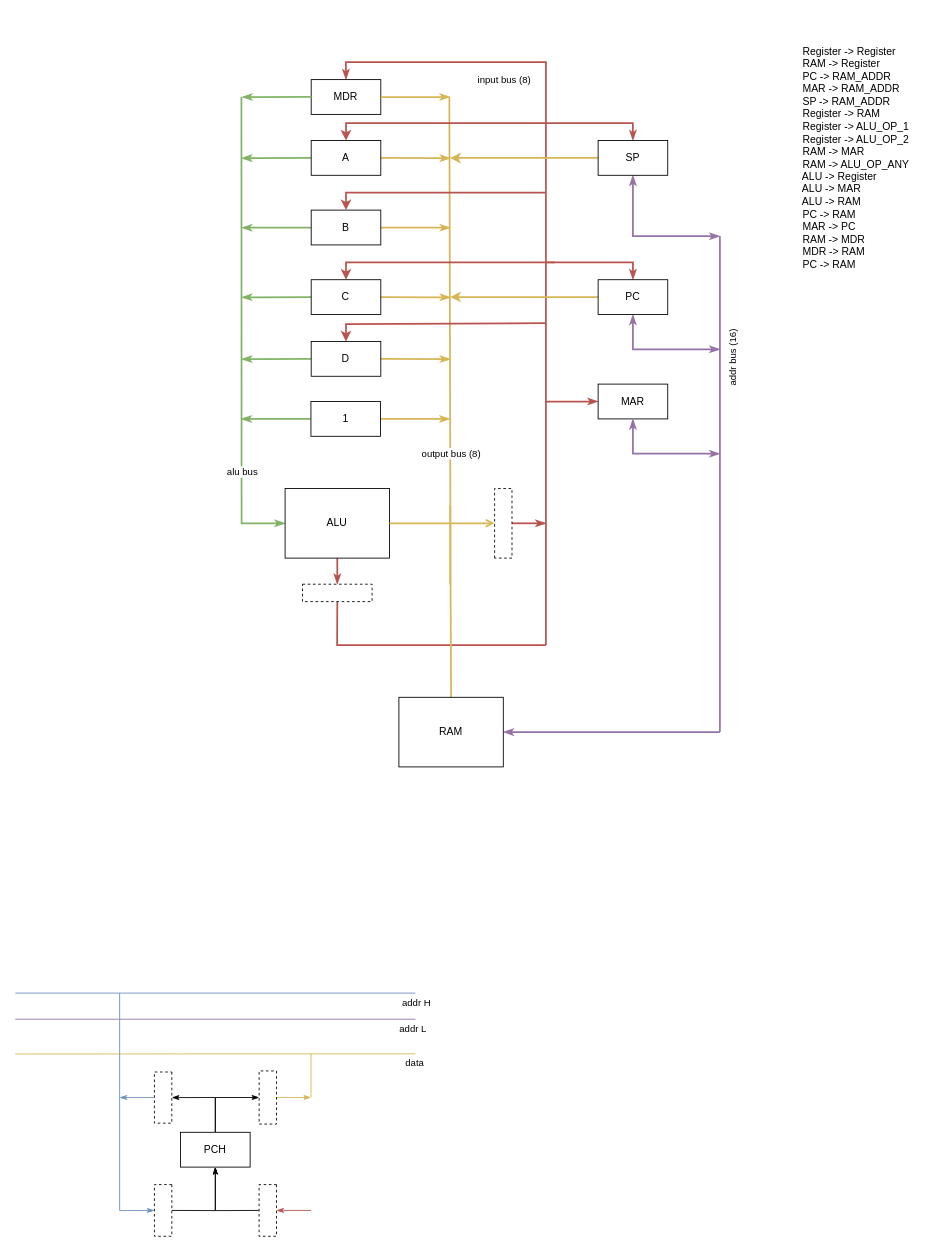
Before: design.drawio in ecoshub/asme8, a draw.io diagram. Source tidied: cells renumbered, new cells numbered last; positions are measured from the earlier drawing's top-left corner, leaving out a move shared by most shapes. Both pictures are drawn from the tidied source at 87%, with x=0, y=0 at pixel (15, 39).
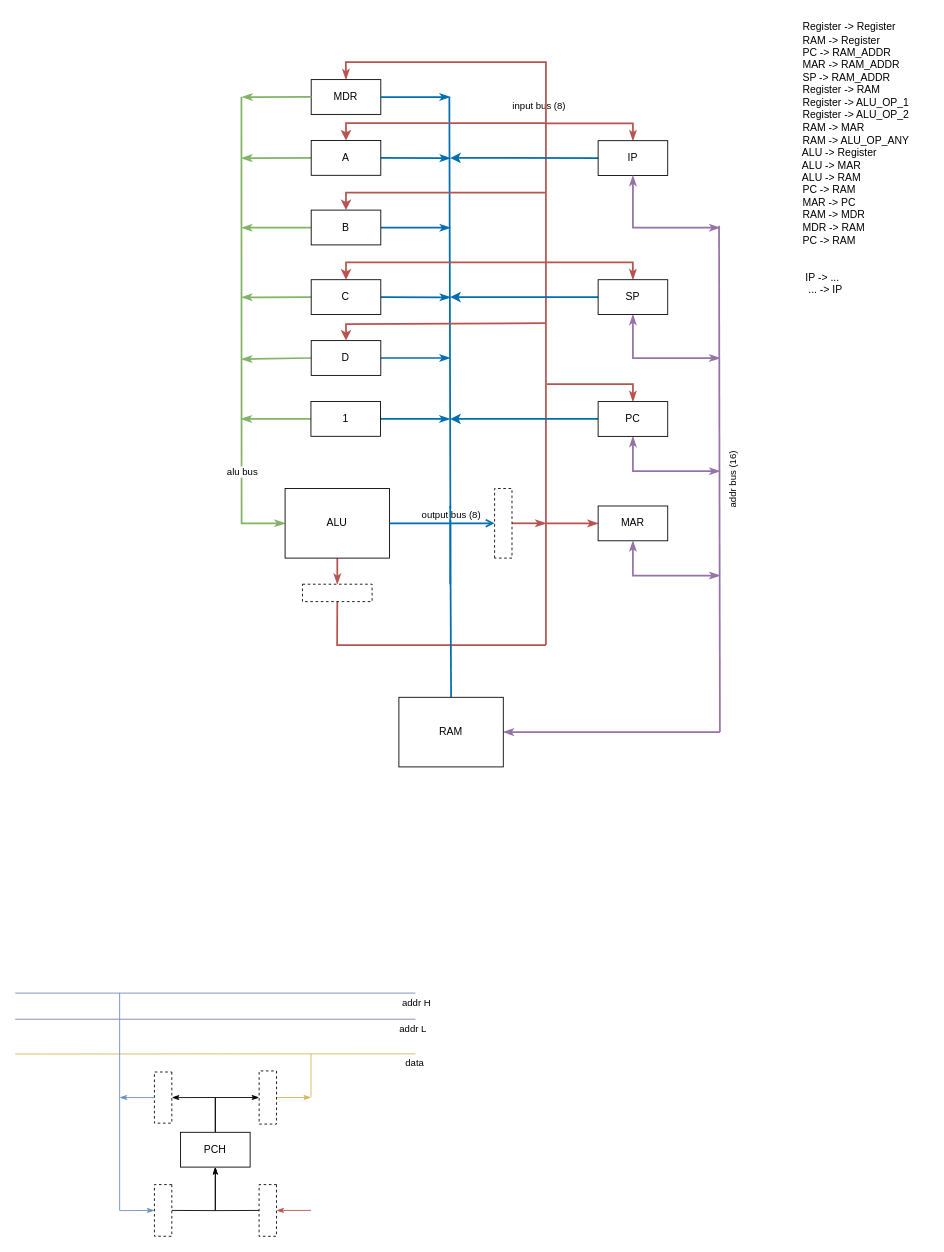
Above is the later version.

The change refers to these unchanged cells:
```xml
<mxCell id="7" value="ALU" style="rounded=0;whiteSpace=wrap;html=1;" parent="1" vertex="1">
  <mxGeometry x="310.2" y="516" width="120" height="80" as="geometry" />
</mxCell>
<mxCell id="11" value="C" style="rounded=0;whiteSpace=wrap;html=1;" parent="1" vertex="1">
  <mxGeometry x="340.2" y="276" width="80" height="40" as="geometry" />
</mxCell>
<mxCell id="15" value="B" style="rounded=0;whiteSpace=wrap;html=1;" parent="1" vertex="1">
  <mxGeometry x="340.2" y="196" width="80" height="40" as="geometry" />
</mxCell>
<mxCell id="19" value="A" style="rounded=0;whiteSpace=wrap;html=1;" parent="1" vertex="1">
  <mxGeometry x="340.2" y="116" width="80" height="40" as="geometry" />
</mxCell>
<mxCell id="24" value="RAM" style="rounded=0;whiteSpace=wrap;html=1;" parent="1" vertex="1">
  <mxGeometry x="441" y="756" width="120" height="80" as="geometry" />
</mxCell>
<mxCell id="27" value="1" style="rounded=0;whiteSpace=wrap;html=1;" parent="1" vertex="1">
  <mxGeometry x="339.9" y="416" width="80" height="40" as="geometry" />
</mxCell>
<mxCell id="28" style="endArrow=none;html=1;rounded=0;fillColor=#f8cecc;strokeColor=#b85450;strokeWidth=2;" parent="1" edge="1">
  <mxGeometry relative="1" as="geometry">
    <mxPoint x="610" y="696" as="sourcePoint" />
    <mxPoint x="610" y="96" as="targetPoint" />
  </mxGeometry>
</mxCell>
<mxCell id="67" value="MDR" style="rounded=0;whiteSpace=wrap;html=1;" parent="1" vertex="1">
  <mxGeometry x="340.2" y="46" width="80" height="40" as="geometry" />
</mxCell>
```

What changed in the source:
```diff
@@
-    <mxCell id="5" style="edgeStyle=none;html=1;startArrow=none;startFill=0;endArrow=none;endFill=0;fillColor=#fff2cc;strokeColor=#d6b656;rounded=0;strokeWidth=2;" parent="1" edge="1">
+    <mxCell id="5" style="edgeStyle=none;html=1;startArrow=none;startFill=0;endArrow=none;endFill=0;rounded=0;strokeWidth=2;fillColor=#1ba1e2;strokeColor=#006EAF;" parent="1" edge="1">
       <mxGeometry relative="1" as="geometry">
         <mxPoint x="500" y="626" as="sourcePoint" />
         <mxPoint x="499" y="66" as="targetPoint" />
         <Array as="points">
           <mxPoint x="500.2" y="556" />
         </Array>
       </mxGeometry>
     </mxCell>
     <mxCell id="6" value="output bus (8)" style="edgeLabel;html=1;align=center;verticalAlign=middle;" parent="5" vertex="1">
       <mxGeometry x="-0.6" relative="1" as="geometry">
-        <mxPoint y="-39" as="offset" />
+        <mxPoint y="31" as="offset" />
       </mxGeometry>
     </mxCell>
@@
-    <mxCell id="9" style="edgeStyle=none;html=1;exitX=1;exitY=0.5;exitDx=0;exitDy=0;startArrow=none;startFill=0;endArrow=classicThin;endFill=1;fillColor=#fff2cc;strokeColor=#d6b656;strokeWidth=2;" parent="1" edge="1" source="11">
+    <mxCell id="9" style="edgeStyle=none;html=1;exitX=1;exitY=0.5;exitDx=0;exitDy=0;startArrow=none;startFill=0;endArrow=classicThin;endFill=1;strokeWidth=2;fillColor=#1ba1e2;strokeColor=#006EAF;" parent="1" edge="1" source="11">
       <mxGeometry relative="1" as="geometry">
         <mxPoint x="500.2" y="296.3" as="targetPoint" />
       </mxGeometry>
     </mxCell>
     <mxCell id="10" style="edgeStyle=none;rounded=0;html=1;exitX=0.5;exitY=0;exitDx=0;exitDy=0;startArrow=classic;startFill=1;endArrow=none;endFill=0;fillColor=#f8cecc;strokeColor=#b85450;strokeWidth=2;" parent="1" edge="1" source="11">
       <mxGeometry relative="1" as="geometry">
-        <mxPoint x="620.2" y="256" as="targetPoint" />
+        <mxPoint x="610" y="256" as="targetPoint" />
         <Array as="points">
           <mxPoint x="380.2" y="256" />
         </Array>
       </mxGeometry>
     </mxCell>
@@
-    <mxCell id="13" style="edgeStyle=none;html=1;exitX=1;exitY=0.5;exitDx=0;exitDy=0;startArrow=none;startFill=0;endArrow=classicThin;endFill=1;fillColor=#fff2cc;strokeColor=#d6b656;strokeWidth=2;" parent="1" edge="1" source="15">
+    <mxCell id="13" style="edgeStyle=none;html=1;exitX=1;exitY=0.5;exitDx=0;exitDy=0;startArrow=none;startFill=0;endArrow=classicThin;endFill=1;strokeWidth=2;fillColor=#1ba1e2;strokeColor=#006EAF;" parent="1" edge="1" source="15">
       <mxGeometry relative="1" as="geometry">
         <mxPoint x="500.2" y="216.3" as="targetPoint" />
       </mxGeometry>
     </mxCell>
@@
-    <mxCell id="17" style="edgeStyle=none;html=1;exitX=1;exitY=0.5;exitDx=0;exitDy=0;startArrow=none;startFill=0;endArrow=classicThin;endFill=1;fillColor=#fff2cc;strokeColor=#d6b656;strokeWidth=2;" parent="1" edge="1" source="19">
+    <mxCell id="17" style="edgeStyle=none;html=1;exitX=1;exitY=0.5;exitDx=0;exitDy=0;startArrow=none;startFill=0;endArrow=classicThin;endFill=1;strokeWidth=2;fillColor=#1ba1e2;strokeColor=#006EAF;" parent="1" edge="1" source="19">
       <mxGeometry relative="1" as="geometry">
         <mxPoint x="500.2" y="136.3" as="targetPoint" />
       </mxGeometry>
     </mxCell>
@@
-    <mxCell id="22" style="edgeStyle=none;html=1;startArrow=none;startFill=0;endArrow=none;endFill=0;fillColor=#fff2cc;strokeColor=#d6b656;strokeWidth=2;exitX=0.5;exitY=0;exitDx=0;exitDy=0;" parent="1" edge="1" source="24">
+    <mxCell id="22" style="edgeStyle=none;html=1;startArrow=none;startFill=0;endArrow=none;endFill=0;strokeWidth=2;exitX=0.5;exitY=0;exitDx=0;exitDy=0;fillColor=#1ba1e2;strokeColor=#006EAF;" parent="1" edge="1" source="24">
       <mxGeometry relative="1" as="geometry">
         <mxPoint x="500" y="536" as="targetPoint" />
       </mxGeometry>
     </mxCell>
@@
-    <mxCell id="26" style="edgeStyle=none;html=1;exitX=1;exitY=0.5;exitDx=0;exitDy=0;startArrow=none;startFill=0;endArrow=classicThin;endFill=1;fillColor=#fff2cc;strokeColor=#d6b656;strokeWidth=2;" parent="1" edge="1" source="27">
+    <mxCell id="26" style="edgeStyle=none;html=1;exitX=1;exitY=0.5;exitDx=0;exitDy=0;startArrow=none;startFill=0;endArrow=classicThin;endFill=1;strokeWidth=2;fillColor=#1ba1e2;strokeColor=#006EAF;" parent="1" edge="1" source="27">
       <mxGeometry relative="1" as="geometry">
         <mxPoint x="499.8" y="436" as="targetPoint" />
       </mxGeometry>
     </mxCell>
@@
     <mxCell id="29" value="input bus (8)" style="edgeLabel;html=1;align=center;verticalAlign=middle;" parent="28" vertex="1">
       <mxGeometry x="0.84" y="-1" relative="1" as="geometry">
-        <mxPoint x="-50" y="-99" as="offset" />
+        <mxPoint x="-10" y="-69" as="offset" />
       </mxGeometry>
     </mxCell>
@@
-    <mxCell id="31" style="edgeStyle=none;html=1;exitX=1;exitY=0.5;exitDx=0;exitDy=0;startArrow=none;startFill=0;endArrow=classicThin;endFill=1;fillColor=#fff2cc;strokeColor=#d6b656;strokeWidth=2;" parent="1" edge="1" source="32">
+    <mxCell id="31" style="edgeStyle=none;html=1;exitX=1;exitY=0.5;exitDx=0;exitDy=0;startArrow=none;startFill=0;endArrow=classicThin;endFill=1;strokeWidth=2;fillColor=#1ba1e2;strokeColor=#006EAF;" parent="1" edge="1" source="32">
       <mxGeometry relative="1" as="geometry">
-        <mxPoint x="500.2" y="367.3" as="targetPoint" />
+        <mxPoint x="500" y="366" as="targetPoint" />
       </mxGeometry>
     </mxCell>
     <mxCell id="32" value="D" style="rounded=0;whiteSpace=wrap;html=1;" parent="1" vertex="1">
-      <mxGeometry x="340.2" y="347" width="80" height="40" as="geometry" />
+      <mxGeometry x="340.2" y="346" width="80" height="40" as="geometry" />
     </mxCell>
@@
     <mxCell id="34" style="edgeStyle=none;rounded=0;html=1;strokeWidth=2;fillColor=#e1d5e7;strokeColor=#9673a6;exitX=0.5;exitY=1;exitDx=0;exitDy=0;startArrow=classicThin;startFill=1;endArrow=classicThin;endFill=1;" parent="1" edge="1" source="37">
       <mxGeometry relative="1" as="geometry">
-        <mxPoint x="810" y="356" as="targetPoint" />
+        <mxPoint x="810" y="496.1" as="targetPoint" />
         <Array as="points">
-          <mxPoint x="710" y="356" />
+          <mxPoint x="710" y="496.1" />
         </Array>
       </mxGeometry>
     </mxCell>
     <mxCell id="35" style="edgeStyle=none;rounded=0;html=1;startArrow=classicThin;startFill=1;endArrow=none;endFill=0;strokeWidth=2;fillColor=#f8cecc;strokeColor=#b85450;exitX=0.5;exitY=0;exitDx=0;exitDy=0;" parent="1" edge="1" source="37">
       <mxGeometry relative="1" as="geometry">
-        <mxPoint x="611" y="256" as="targetPoint" />
+        <mxPoint x="611" y="396.1" as="targetPoint" />
         <Array as="points">
-          <mxPoint x="710" y="256" />
+          <mxPoint x="710" y="396.1" />
         </Array>
       </mxGeometry>
     </mxCell>
-    <mxCell id="36" style="edgeStyle=none;html=1;exitX=0;exitY=0.5;exitDx=0;exitDy=0;strokeWidth=2;fillColor=#fff2cc;strokeColor=#d6b656;" parent="1" edge="1" source="37">
+    <mxCell id="36" style="edgeStyle=none;html=1;exitX=0;exitY=0.5;exitDx=0;exitDy=0;strokeWidth=2;fillColor=#1ba1e2;strokeColor=#006EAF;" parent="1" edge="1" source="37">
       <mxGeometry relative="1" as="geometry">
-        <mxPoint x="500" y="295.9" as="targetPoint" />
+        <mxPoint x="500" y="436" as="targetPoint" />
       </mxGeometry>
     </mxCell>
     <mxCell id="37" value="PC" style="rounded=0;whiteSpace=wrap;html=1;" parent="1" vertex="1">
-      <mxGeometry x="670" y="276" width="80" height="40" as="geometry" />
+      <mxGeometry x="670" y="416.1" width="80" height="40" as="geometry" />
     </mxCell>
     <mxCell id="38" value="addr bus (16)" style="edgeLabel;html=1;align=center;verticalAlign=middle;rotation=-90;" parent="1" vertex="1">
-      <mxGeometry x="824" y="367" as="geometry" />
+      <mxGeometry x="824" y="507.1" as="geometry" />
     </mxCell>
     <mxCell id="39" style="endArrow=none;html=1;rounded=0;strokeWidth=2;fillColor=#e1d5e7;strokeColor=#9673a6;" parent="1" edge="1">
       <mxGeometry relative="1" as="geometry">
         <mxPoint x="810" y="796" as="sourcePoint" />
-        <mxPoint x="810" y="226" as="targetPoint" />
+        <mxPoint x="809" y="214" as="targetPoint" />
       </mxGeometry>
     </mxCell>
@@
     <mxCell id="59" style="edgeStyle=none;rounded=0;html=1;strokeWidth=2;fillColor=#e1d5e7;strokeColor=#9673a6;exitX=0.5;exitY=1;exitDx=0;exitDy=0;startArrow=classicThin;startFill=1;endArrow=classicThin;endFill=1;" parent="1" edge="1" source="62">
       <mxGeometry relative="1" as="geometry">
-        <mxPoint x="810" y="226" as="targetPoint" />
+        <mxPoint x="810" y="366.1" as="targetPoint" />
         <Array as="points">
-          <mxPoint x="710" y="226" />
+          <mxPoint x="710" y="366.1" />
         </Array>
       </mxGeometry>
     </mxCell>
     <mxCell id="60" style="edgeStyle=none;rounded=0;html=1;startArrow=classicThin;startFill=1;endArrow=none;endFill=0;strokeWidth=2;fillColor=#f8cecc;strokeColor=#b85450;exitX=0.5;exitY=0;exitDx=0;exitDy=0;" parent="1" edge="1" source="62">
       <mxGeometry relative="1" as="geometry">
-        <mxPoint x="609.9" y="96" as="targetPoint" />
+        <mxPoint x="609.9" y="256" as="targetPoint" />
         <Array as="points">
-          <mxPoint x="709.9" y="96" />
+          <mxPoint x="709.9" y="256" />
         </Array>
       </mxGeometry>
     </mxCell>
-    <mxCell id="61" style="edgeStyle=none;html=1;exitX=0;exitY=0.5;exitDx=0;exitDy=0;strokeWidth=2;fillColor=#fff2cc;strokeColor=#d6b656;" parent="1" edge="1" source="62">
+    <mxCell id="61" style="edgeStyle=none;html=1;exitX=0;exitY=0.5;exitDx=0;exitDy=0;strokeWidth=2;fillColor=#1ba1e2;strokeColor=#006EAF;" parent="1" edge="1" source="62">
       <mxGeometry relative="1" as="geometry">
-        <mxPoint x="499.9" y="136.1" as="targetPoint" />
+        <mxPoint x="500" y="296" as="targetPoint" />
       </mxGeometry>
     </mxCell>
     <mxCell id="62" value="SP" style="rounded=0;whiteSpace=wrap;html=1;" parent="1" vertex="1">
-      <mxGeometry x="670" y="116" width="80" height="40" as="geometry" />
+      <mxGeometry x="670" y="276" width="80" height="40" as="geometry" />
     </mxCell>
     <mxCell id="63" style="edgeStyle=none;rounded=0;html=1;exitX=0;exitY=0.5;exitDx=0;exitDy=0;strokeWidth=2;startArrow=classicThin;startFill=1;endArrow=none;endFill=0;fillColor=#f8cecc;strokeColor=#b85450;" parent="1" edge="1" source="64">
       <mxGeometry relative="1" as="geometry">
-        <mxPoint x="610" y="416" as="targetPoint" />
+        <mxPoint x="610" y="556.1" as="targetPoint" />
       </mxGeometry>
     </mxCell>
     <mxCell id="64" value="MAR" style="rounded=0;whiteSpace=wrap;html=1;" parent="1" vertex="1">
-      <mxGeometry x="670" y="396" width="80" height="40" as="geometry" />
+      <mxGeometry x="670" y="536.1" width="80" height="40" as="geometry" />
     </mxCell>
     <mxCell id="65" style="edgeStyle=none;rounded=0;html=1;strokeWidth=2;fillColor=#e1d5e7;strokeColor=#9673a6;startArrow=classicThin;startFill=1;endArrow=classicThin;endFill=1;" parent="1" edge="1" source="64">
       <mxGeometry relative="1" as="geometry">
-        <mxPoint x="810" y="476" as="targetPoint" />
+        <mxPoint x="810" y="616.1" as="targetPoint" />
         <Array as="points">
-          <mxPoint x="710" y="476" />
+          <mxPoint x="710" y="616.1" />
         </Array>
       </mxGeometry>
     </mxCell>
@@
-    <mxCell id="68" style="edgeStyle=none;rounded=0;html=1;strokeWidth=2;startArrow=none;startFill=0;endArrow=none;endFill=0;fillColor=#fff2cc;strokeColor=#d6b656;entryX=1;entryY=0.5;entryDx=0;entryDy=0;" parent="1" edge="1" target="7">
+    <mxCell id="68" style="edgeStyle=none;rounded=0;html=1;strokeWidth=2;startArrow=none;startFill=0;endArrow=none;endFill=0;entryX=1;entryY=0.5;entryDx=0;entryDy=0;fillColor=#1ba1e2;strokeColor=#006EAF;" parent="1" edge="1" target="7">
       <mxGeometry relative="1" as="geometry">
         <mxPoint x="500" y="556" as="sourcePoint" />
       </mxGeometry>
     </mxCell>
@@
-    <mxCell id="70" style="edgeStyle=none;rounded=0;html=1;exitX=0.5;exitY=0;exitDx=0;exitDy=0;strokeWidth=2;startArrow=open;startFill=0;endArrow=none;endFill=0;fillColor=#fff2cc;strokeColor=#d6b656;" parent="1" edge="1">
+    <mxCell id="70" style="edgeStyle=none;rounded=0;html=1;exitX=0.5;exitY=0;exitDx=0;exitDy=0;strokeWidth=2;startArrow=open;startFill=0;endArrow=none;endFill=0;fillColor=#1ba1e2;strokeColor=#006EAF;" parent="1" edge="1">
       <mxGeometry relative="1" as="geometry">
         <mxPoint x="551" y="556" as="sourcePoint" />
         <mxPoint x="500" y="556" as="targetPoint" />
       </mxGeometry>
     </mxCell>
@@
-    <mxCell id="72" style="edgeStyle=none;html=1;exitX=1;exitY=0.5;exitDx=0;exitDy=0;startArrow=none;startFill=0;endArrow=classicThin;endFill=1;fillColor=#fff2cc;strokeColor=#d6b656;strokeWidth=2;" parent="1" edge="1" source="67">
+    <mxCell id="72" style="edgeStyle=none;html=1;exitX=1;exitY=0.5;exitDx=0;exitDy=0;startArrow=none;startFill=0;endArrow=classicThin;endFill=1;strokeWidth=2;fillColor=#1ba1e2;strokeColor=#006EAF;" parent="1" edge="1" source="67">
       <mxGeometry relative="1" as="geometry">
         <mxPoint x="500" y="66" as="targetPoint" />
       </mxGeometry>
     </mxCell>
@@
-    <mxCell id="76" value="&lt;div&gt;&amp;nbsp; &amp;nbsp; Register -&amp;gt; Register&lt;/div&gt;&lt;div&gt;&amp;nbsp; &amp;nbsp; RAM -&amp;gt; Register&lt;/div&gt;&lt;div&gt;&amp;nbsp; &amp;nbsp; PC -&amp;gt; RAM_ADDR&lt;/div&gt;&lt;div&gt;&amp;nbsp; &amp;nbsp; MAR -&amp;gt; RAM_ADDR&lt;/div&gt;&lt;div&gt;&amp;nbsp; &amp;nbsp; SP -&amp;gt; RAM_ADDR&lt;/div&gt;&lt;div&gt;&amp;nbsp; &amp;nbsp; Register -&amp;gt; RAM&lt;/div&gt;&lt;div&gt;&amp;nbsp; &amp;nbsp; Register -&amp;gt; ALU_OP_1&lt;/div&gt;&lt;div&gt;&amp;nbsp; &amp;nbsp; Register -&amp;gt; ALU_OP_2&lt;/div&gt;&lt;div&gt;&amp;nbsp; &amp;nbsp; RAM -&amp;gt; MAR&lt;/div&gt;&lt;div&gt;&amp;nbsp; &amp;nbsp; RAM -&amp;gt; ALU_OP_ANY&lt;/div&gt;&lt;div&gt;&amp;nbsp; &amp;nbsp; ALU -&amp;gt; Register&lt;/div&gt;&lt;div&gt;&amp;nbsp; &amp;nbsp; ALU -&amp;gt; MAR&lt;/div&gt;&lt;div&gt;&amp;nbsp; &amp;nbsp; ALU -&amp;gt; RAM&lt;/div&gt;&lt;div&gt;&amp;nbsp; &amp;nbsp; PC -&amp;gt; RAM&lt;/div&gt;&lt;div&gt;&amp;nbsp; &amp;nbsp; MAR -&amp;gt; PC&lt;/div&gt;&lt;div&gt;&amp;nbsp; &amp;nbsp; RAM -&amp;gt; MDR&lt;/div&gt;&lt;div&gt;&amp;nbsp; &amp;nbsp; MDR -&amp;gt; RAM&lt;/div&gt;&lt;div&gt;&amp;nbsp; &amp;nbsp; PC -&amp;gt; RAM&lt;/div&gt;" style="text;html=1;align=left;verticalAlign=middle;strokeColor=none;fillColor=none;" parent="1" vertex="1">
-      <mxGeometry x="890" y="0.5" width="154" height="271" as="geometry" />
+    <mxCell id="76" value="&lt;div&gt;&amp;nbsp; &amp;nbsp; Register -&amp;gt; Register&lt;/div&gt;&lt;div&gt;&amp;nbsp; &amp;nbsp; RAM -&amp;gt; Register&lt;/div&gt;&lt;div&gt;&amp;nbsp; &amp;nbsp; PC -&amp;gt; RAM_ADDR&lt;/div&gt;&lt;div&gt;&amp;nbsp; &amp;nbsp; MAR -&amp;gt; RAM_ADDR&lt;/div&gt;&lt;div&gt;&amp;nbsp; &amp;nbsp; SP -&amp;gt; RAM_ADDR&lt;/div&gt;&lt;div&gt;&amp;nbsp; &amp;nbsp; Register -&amp;gt; RAM&lt;/div&gt;&lt;div&gt;&amp;nbsp; &amp;nbsp; Register -&amp;gt; ALU_OP_1&lt;/div&gt;&lt;div&gt;&amp;nbsp; &amp;nbsp; Register -&amp;gt; ALU_OP_2&lt;/div&gt;&lt;div&gt;&amp;nbsp; &amp;nbsp; RAM -&amp;gt; MAR&lt;/div&gt;&lt;div&gt;&amp;nbsp; &amp;nbsp; RAM -&amp;gt; ALU_OP_ANY&lt;/div&gt;&lt;div&gt;&amp;nbsp; &amp;nbsp; ALU -&amp;gt; Register&lt;/div&gt;&lt;div&gt;&amp;nbsp; &amp;nbsp; ALU -&amp;gt; MAR&lt;/div&gt;&lt;div&gt;&amp;nbsp; &amp;nbsp; ALU -&amp;gt; RAM&lt;/div&gt;&lt;div&gt;&amp;nbsp; &amp;nbsp; PC -&amp;gt; RAM&lt;/div&gt;&lt;div&gt;&amp;nbsp; &amp;nbsp; MAR -&amp;gt; PC&lt;/div&gt;&lt;div&gt;&amp;nbsp; &amp;nbsp; RAM -&amp;gt; MDR&lt;/div&gt;&lt;div&gt;&amp;nbsp; &amp;nbsp; MDR -&amp;gt; RAM&lt;/div&gt;&lt;div&gt;&amp;nbsp; &amp;nbsp; PC -&amp;gt; RAM&lt;/div&gt;&lt;div&gt;&lt;br&gt;&lt;/div&gt;&lt;div&gt;&lt;br&gt;&lt;/div&gt;&lt;div&gt;&amp;nbsp; &amp;nbsp; &amp;nbsp;IP -&amp;gt; ...&lt;/div&gt;&lt;div&gt;&amp;nbsp; &amp;nbsp; &amp;nbsp; ... -&amp;gt; IP&lt;/div&gt;" style="text;html=1;align=left;verticalAlign=middle;strokeColor=none;fillColor=none;" parent="1" vertex="1">
+      <mxGeometry x="890" y="-28.5" width="160" height="330" as="geometry" />
     </mxCell>
@@
+    <mxCell id="78" style="edgeStyle=none;html=1;exitX=0;exitY=0.5;exitDx=0;exitDy=0;strokeWidth=2;fillColor=#1ba1e2;strokeColor=#006EAF;" parent="1" edge="1" source="80">
+      <mxGeometry relative="1" as="geometry">
+        <mxPoint x="500" y="136" as="targetPoint" />
+      </mxGeometry>
+    </mxCell>
+    <mxCell id="79" style="edgeStyle=none;html=1;exitX=0.5;exitY=0;exitDx=0;exitDy=0;strokeWidth=2;rounded=0;startArrow=classicThin;startFill=1;endArrow=none;endFill=0;fillColor=#f8cecc;strokeColor=#b85450;" parent="1" edge="1" source="80">
+      <mxGeometry relative="1" as="geometry">
+        <mxPoint x="610" y="96.2" as="targetPoint" />
+        <Array as="points">
+          <mxPoint x="710" y="96.2" />
+        </Array>
+      </mxGeometry>
+    </mxCell>
+    <mxCell id="80" value="IP" style="rounded=0;whiteSpace=wrap;html=1;" parent="1" vertex="1">
+      <mxGeometry x="670" y="116.2" width="80" height="40" as="geometry" />
+    </mxCell>
+    <mxCell id="81" style="edgeStyle=none;rounded=0;html=1;strokeWidth=2;fillColor=#e1d5e7;strokeColor=#9673a6;exitX=0.5;exitY=1;exitDx=0;exitDy=0;startArrow=classicThin;startFill=1;endArrow=classicThin;endFill=1;" parent="1" edge="1" source="80">
+      <mxGeometry relative="1" as="geometry">
+        <mxPoint x="810" y="216.2" as="targetPoint" />
+        <Array as="points">
+          <mxPoint x="710" y="216.2" />
+        </Array>
+      </mxGeometry>
+    </mxCell>
```
